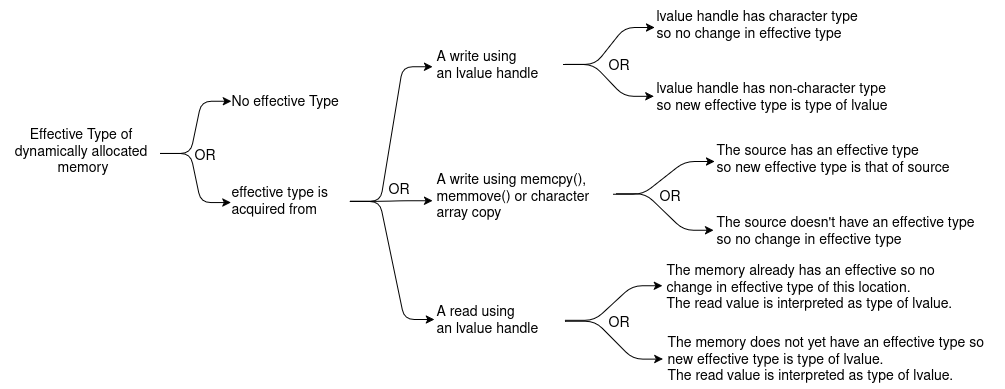
dhwanikatagade/notes-on-study keeps this draw.io diagram as relearning_cpp/images/alias_rules_opti/effective_type_allocated_memory.drawio.png. Above is the earlier version. Source tidied: cells renumbered, new cells last; positions are measured from the earlier drawing's top-left corner, leaving out a move shared by most shapes.
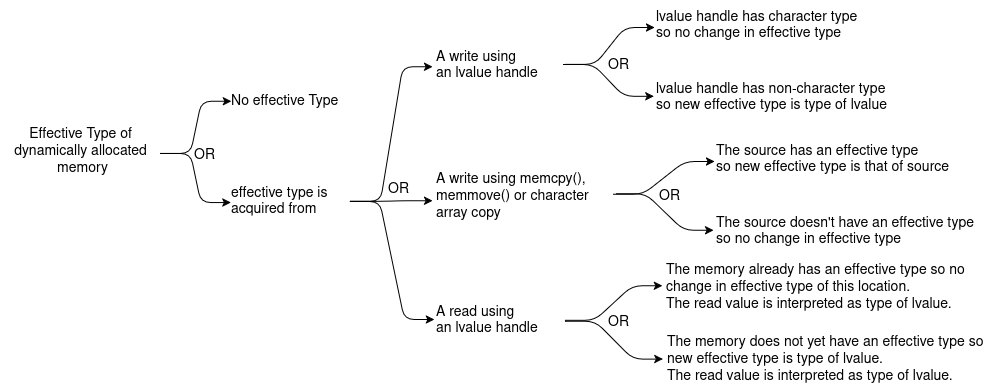
The same file after the commit.

Commit message:
Text correction in diagram.

The edit, as a diff of the source:
```diff
@@ -65,8 +65,8 @@
     <mxCell id="22" value="A read using&lt;br&gt;an lvalue handle" style="text;html=1;align=left;verticalAlign=middle;points=[];strokeColor=none;fillColor=none;fontSize=14;" parent="1" vertex="1">
       <mxGeometry x="434" y="295" width="130" height="50" as="geometry" />
     </mxCell>
-    <mxCell id="23" value="&lt;div&gt;The memory already has an effective so no&lt;/div&gt;&lt;div&gt;change in effective type of this location.&lt;/div&gt;The read value is interpreted as type of lvalue." style="text;html=1;align=left;verticalAlign=middle;points=[];strokeColor=none;fillColor=none;fontSize=14;" parent="1" vertex="1">
-      <mxGeometry x="664" y="257" width="310" height="60" as="geometry" />
+    <mxCell id="23" value="&lt;div&gt;The memory already has an effective type so no&lt;/div&gt;&lt;div&gt;change in effective type of this location.&lt;/div&gt;The read value is interpreted as type of lvalue." style="text;html=1;align=left;verticalAlign=middle;points=[];strokeColor=none;fillColor=none;fontSize=14;" parent="1" vertex="1">
+      <mxGeometry x="664" y="257" width="320" height="60" as="geometry" />
     </mxCell>
     <mxCell id="24" value="OR" style="text;html=1;align=center;verticalAlign=middle;strokeColor=none;fillColor=none;fontSize=14;" parent="1" vertex="1">
       <mxGeometry x="598" y="55" width="40" height="20" as="geometry" />
```
